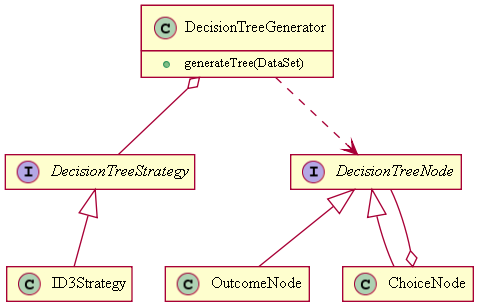
Before: src/main/java/com/how2examples/ai/decisiontree/doc-files/DecisionTree.png, a diagram exported from PlantUML (s-webber/java-ai-techniques).
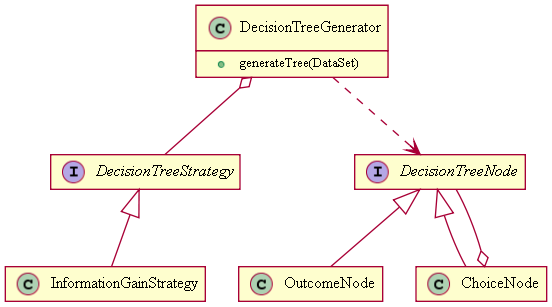
After the change.

The edit, as a diff of the source:
```diff
@@ -16,7 +16,7 @@
 ChoiceNode o-- DecisionTreeNode
 
 interface DecisionTreeStrategy
-class ID3Strategy
-DecisionTreeStrategy <|-- ID3Strategy
+class InformationGainStrategy
+DecisionTreeStrategy <|-- InformationGainStrategy
 
 @enduml
```
